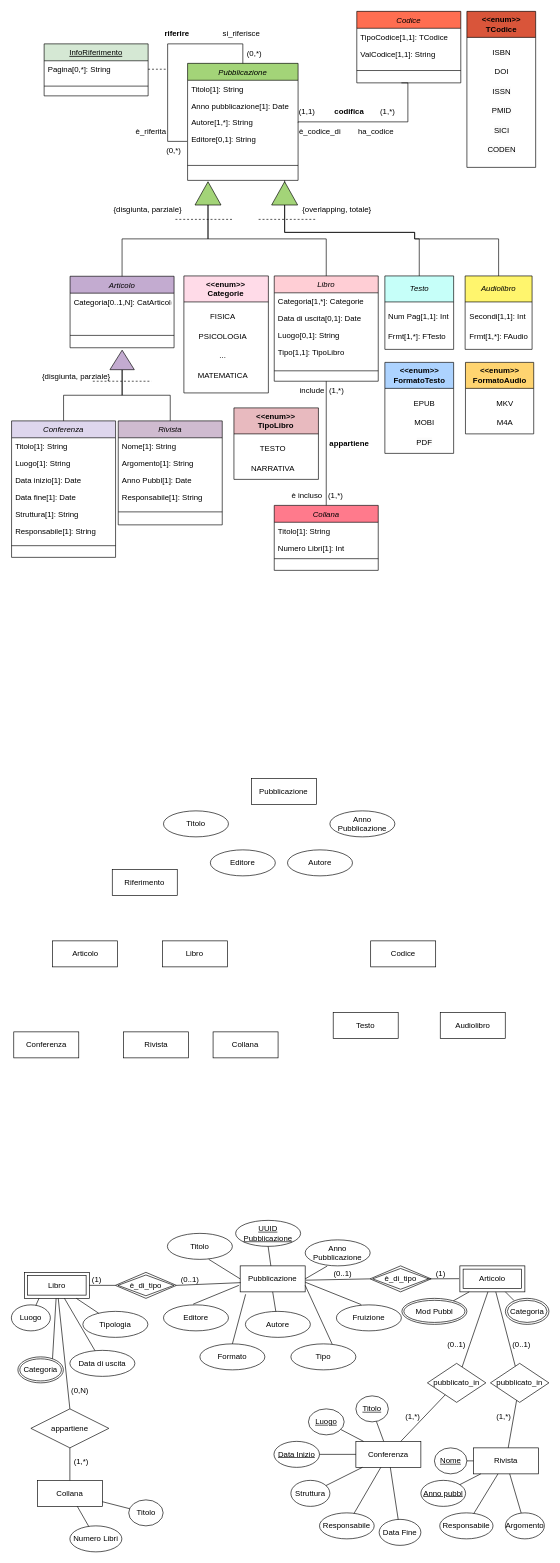
This is elibrary.drawio from GritHat/diagrams-draw.io, a draw.io file, before an edit. Source tidied: cells renumbered, new cells numbered last; positions are measured from the earlier drawing's top-left corner, leaving out a move shared by most shapes. Both pictures are drawn from the tidied source at 65%, with x=0, y=0 at pixel (11, 11).
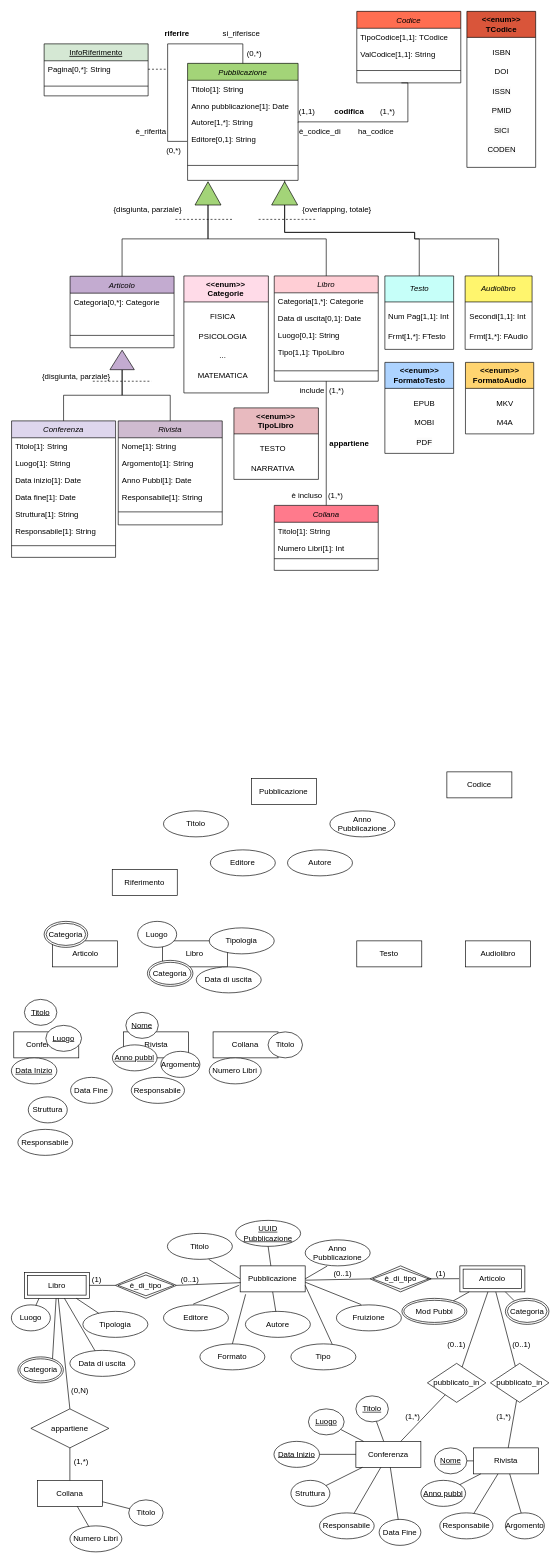
The same page after the edit.

Unchanged cells that the change refers to:
```xml
<mxCell id="22" value="Articolo" style="swimlane;fontStyle=2;align=center;verticalAlign=top;horizontal=1;startSize=26;rounded=0;shadow=0;strokeWidth=1;fillColor=#C3ABD0;" parent="1" vertex="1">
  <mxGeometry x="90.3" y="407.5" width="160" height="110" as="geometry" />
</mxCell>
```

Change to the diagram source:
```diff
@@
-    <mxCell id="23" value="Categoria[0..1,N]: CatArticolo" style="text;align=left;verticalAlign=top;spacingLeft=4;spacingRight=4;overflow=hidden;" parent="22" vertex="1">
+    <mxCell id="23" value="Categoria[0,*]: Categorie" style="text;align=left;verticalAlign=top;spacingLeft=4;spacingRight=4;overflow=hidden;" parent="22" vertex="1">
       <mxGeometry y="26" width="160" height="26" as="geometry" />
     </mxCell>
@@
     <mxCell id="183" value="Testo" style="whiteSpace=wrap;html=1;align=center;" parent="1" vertex="1">
-      <mxGeometry x="495.1" y="1540" width="100" height="40" as="geometry" />
+      <mxGeometry x="531.4" y="1430" width="100" height="40" as="geometry" />
     </mxCell>
     <mxCell id="184" value="Audiolibro" style="whiteSpace=wrap;html=1;align=center;" parent="1" vertex="1">
-      <mxGeometry x="659.8" y="1540" width="100" height="40" as="geometry" />
+      <mxGeometry x="698.6" y="1430" width="100" height="40" as="geometry" />
     </mxCell>
@@
     <mxCell id="191" value="Codice" style="whiteSpace=wrap;html=1;align=center;" parent="1" vertex="1">
-      <mxGeometry x="552.8" y="1430" width="100" height="40" as="geometry" />
+      <mxGeometry x="670" y="1170" width="100" height="40" as="geometry" />
     </mxCell>
@@
+    <mxCell id="204" value="Tipologia" style="ellipse;whiteSpace=wrap;html=1;align=center;" parent="1" vertex="1">
+      <mxGeometry x="304.4" y="1410" width="100" height="40" as="geometry" />
+    </mxCell>
+    <mxCell id="205" value="Data di uscita" style="ellipse;whiteSpace=wrap;html=1;align=center;" parent="1" vertex="1">
+      <mxGeometry x="284.4" y="1470" width="100" height="40" as="geometry" />
+    </mxCell>
+    <mxCell id="206" value="Luogo" style="ellipse;whiteSpace=wrap;html=1;align=center;" parent="1" vertex="1">
+      <mxGeometry x="194.3" y="1400" width="60" height="40" as="geometry" />
+    </mxCell>
+    <mxCell id="207" value="Categoria" style="ellipse;shape=doubleEllipse;margin=3;whiteSpace=wrap;html=1;align=center;" parent="1" vertex="1">
+      <mxGeometry x="209.3" y="1460" width="70" height="40" as="geometry" />
+    </mxCell>
+    <mxCell id="208" value="Titolo" style="ellipse;whiteSpace=wrap;html=1;align=center;fontStyle=4;" parent="1" vertex="1">
+      <mxGeometry x="20" y="1520" width="50" height="40" as="geometry" />
+    </mxCell>
+    <mxCell id="209" value="Data Inizio" style="ellipse;whiteSpace=wrap;html=1;align=center;fontStyle=4;" parent="1" vertex="1">
+      <mxGeometry y="1610" width="70" height="40" as="geometry" />
+    </mxCell>
+    <mxCell id="210" value="Data Fine" style="ellipse;whiteSpace=wrap;html=1;align=center;" parent="1" vertex="1">
+      <mxGeometry x="91.1" y="1640" width="64.2" height="40" as="geometry" />
+    </mxCell>
+    <mxCell id="211" value="Struttura" style="ellipse;whiteSpace=wrap;html=1;align=center;" parent="1" vertex="1">
+      <mxGeometry x="26" y="1670" width="60" height="40" as="geometry" />
+    </mxCell>
+    <mxCell id="212" value="Responsabile" style="ellipse;whiteSpace=wrap;html=1;align=center;" parent="1" vertex="1">
+      <mxGeometry x="10" y="1720" width="84.2" height="40" as="geometry" />
+    </mxCell>
+    <mxCell id="213" value="Luogo" style="ellipse;whiteSpace=wrap;html=1;align=center;fontStyle=4;" parent="1" vertex="1">
+      <mxGeometry x="53" y="1560" width="55" height="40" as="geometry" />
+    </mxCell>
+    <mxCell id="214" value="Nome" style="ellipse;whiteSpace=wrap;html=1;align=center;fontStyle=4;" parent="1" vertex="1">
+      <mxGeometry x="176.1" y="1540" width="50" height="40" as="geometry" />
+    </mxCell>
+    <mxCell id="215" value="Anno pubbl" style="ellipse;whiteSpace=wrap;html=1;align=center;fontStyle=4;" parent="1" vertex="1">
+      <mxGeometry x="155.4" y="1590" width="68.8" height="40" as="geometry" />
+    </mxCell>
+    <mxCell id="216" value="Argomento" style="ellipse;whiteSpace=wrap;html=1;align=center;" parent="1" vertex="1">
+      <mxGeometry x="230" y="1600" width="60" height="40" as="geometry" />
+    </mxCell>
+    <mxCell id="217" value="Responsabile" style="ellipse;whiteSpace=wrap;html=1;align=center;" parent="1" vertex="1">
+      <mxGeometry x="184.4" y="1640" width="82" height="40" as="geometry" />
+    </mxCell>
+    <mxCell id="218" value="Numero Libri" style="ellipse;whiteSpace=wrap;html=1;align=center;" parent="1" vertex="1">
+      <mxGeometry x="304.4" y="1610" width="80" height="40" as="geometry" />
+    </mxCell>
+    <mxCell id="219" value="Titolo" style="ellipse;whiteSpace=wrap;html=1;align=center;" parent="1" vertex="1">
+      <mxGeometry x="394.9" y="1570" width="53" height="40" as="geometry" />
+    </mxCell>
+    <mxCell id="220" value="Categoria" style="ellipse;shape=doubleEllipse;margin=3;whiteSpace=wrap;html=1;align=center;" parent="1" vertex="1">
+      <mxGeometry x="50.4" y="1400" width="67" height="40" as="geometry" />
+    </mxCell>
```
